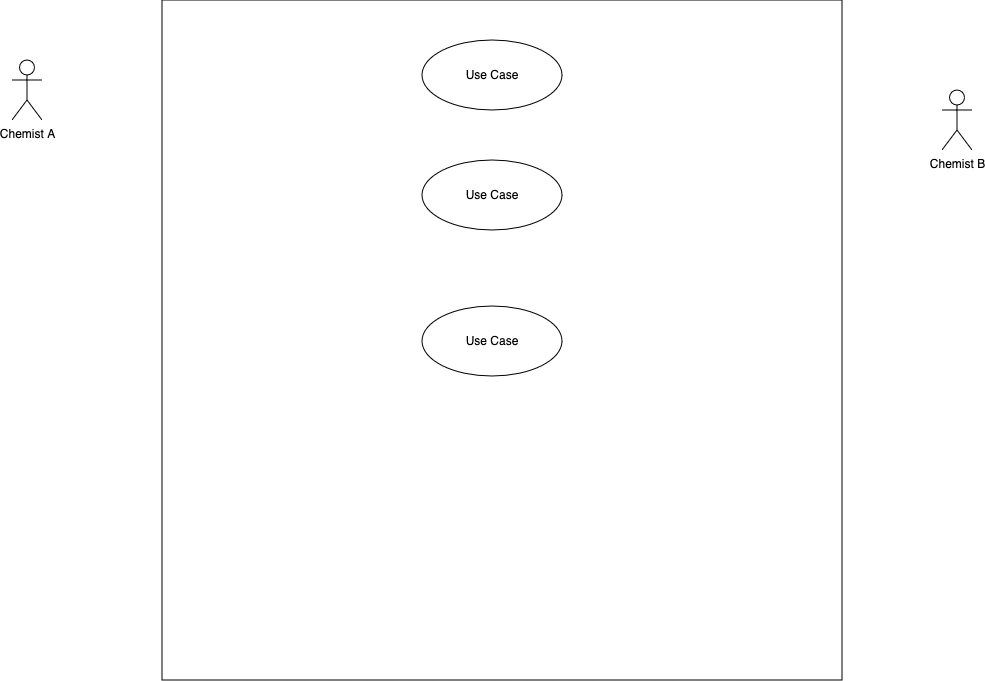
a-l-a-z-a-r/Chemical-Mixing-Data-Synthesis keeps this draw.io diagram as use-case.png. Above is the earlier version. Source tidied: cells renumbered, new cells last; positions are measured from the earlier drawing's top-left corner, leaving out a move shared by most shapes.
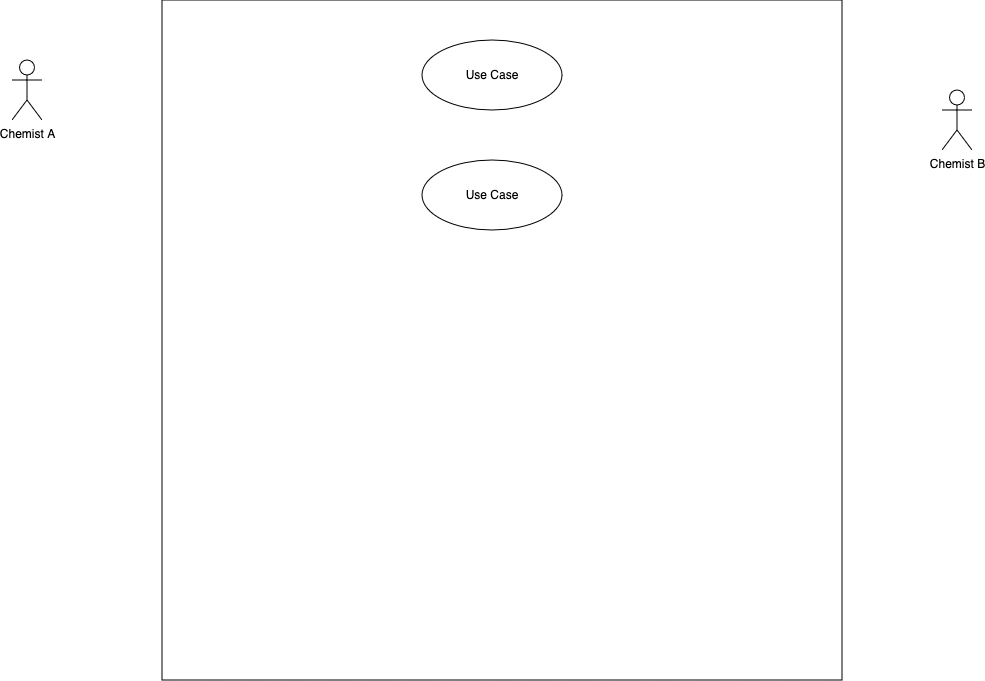
After the commit.

Diff of the diagram source:
```diff
@@ -17,8 +17,5 @@
     <mxCell id="6" value="Use Case" style="ellipse;whiteSpace=wrap;html=1;" parent="1" vertex="1">
       <mxGeometry x="410" y="160" width="140" height="70" as="geometry" />
     </mxCell>
-    <mxCell id="7" value="Use Case" style="ellipse;whiteSpace=wrap;html=1;" parent="1" vertex="1">
-      <mxGeometry x="410" y="306" width="140" height="70" as="geometry" />
-    </mxCell>
   </root>
 </mxGraphModel>
```
